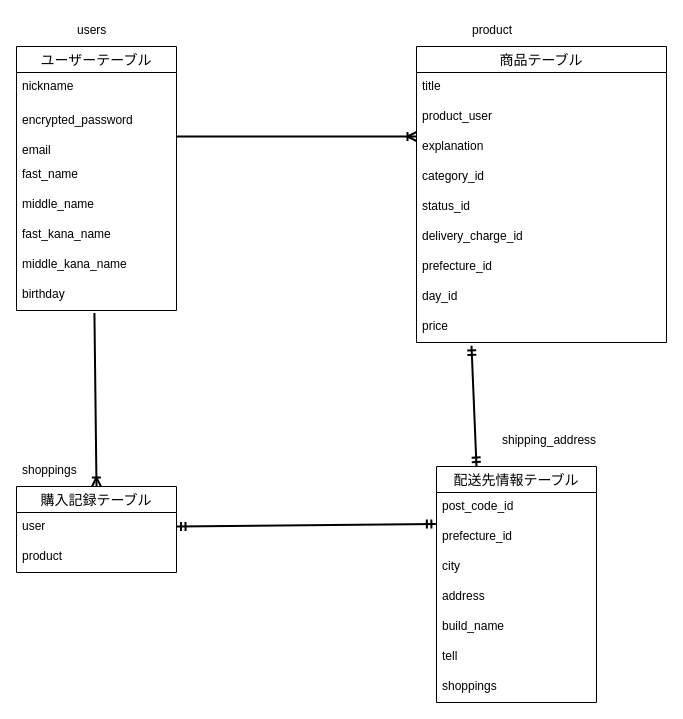
Before: .dio in hibiki24o/furima-38475, a draw.io diagram. Source tidied: cells renumbered, new cells numbered last; positions are measured from the earlier drawing's top-left corner, leaving out a move shared by most shapes. Both pictures are drawn from the tidied source at 100%, with x=0, y=0 at pixel (16, 16).
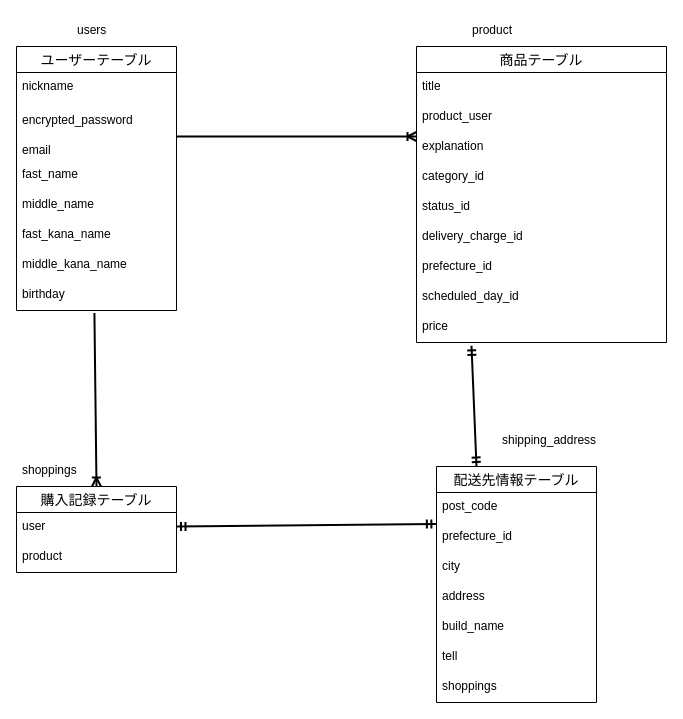
The same page after the edit.

The change refers to these unchanged cells:
```xml
<mxCell id="11" value="商品テーブル" style="swimlane;fontStyle=0;horizontal=1;startSize=26;align=center;fontSize=14;" parent="1" vertex="1">
  <mxGeometry x="400" y="30" width="250" height="296" as="geometry" />
</mxCell>
<mxCell id="24" value="配送先情報テーブル" style="swimlane;fontStyle=0;horizontal=1;startSize=26;align=center;fontSize=14;strokeColor=default;" parent="1" vertex="1">
  <mxGeometry x="420" y="450" width="160" height="236" as="geometry" />
</mxCell>
```

Diff of the diagram source:
```diff
@@
-    <mxCell id="19" value="day_id " style="text;strokeColor=none;fillColor=none;spacingLeft=4;spacingRight=4;overflow=hidden;fontSize=12;" parent="11" vertex="1">
+    <mxCell id="19" value="scheduled_day_id" style="text;strokeColor=none;fillColor=none;spacingLeft=4;spacingRight=4;overflow=hidden;fontSize=12;" parent="11" vertex="1">
       <mxGeometry y="236" width="250" height="30" as="geometry" />
     </mxCell>
@@
-    <mxCell id="25" value="post_code_id " style="text;strokeColor=none;fillColor=none;spacingLeft=4;spacingRight=4;overflow=hidden;fontSize=12;" parent="24" vertex="1">
+    <mxCell id="25" value="post_code" style="text;strokeColor=none;fillColor=none;spacingLeft=4;spacingRight=4;overflow=hidden;fontSize=12;" parent="24" vertex="1">
       <mxGeometry y="26" width="160" height="30" as="geometry" />
     </mxCell>
```
